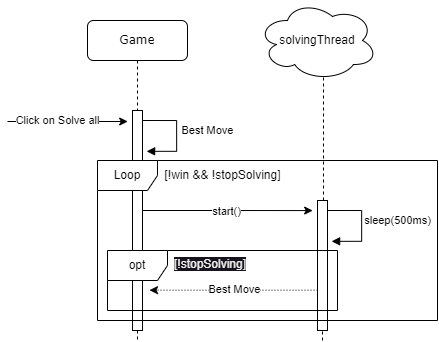
Above: img/Sequence_Diagrams/SD-solve_all-light_theme.png in nickramos94/Klotski (draw.io), before the change. Source tidied: cells renumbered, new cells last; positions are measured from the earlier drawing's top-left corner, leaving out a move shared by most shapes.
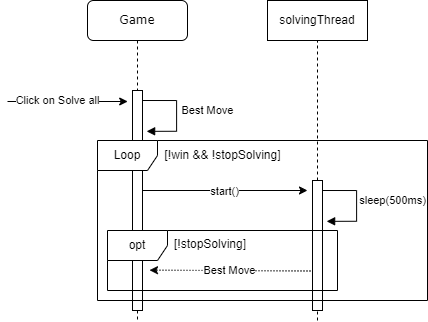
After the commit.

Commit message:
added internal SD of check_win and solve

The edit, as a diff of the source:
```diff
@@ -37,10 +37,10 @@
         <mxPoint x="30" y="-2" as="offset" />
       </mxGeometry>
     </mxCell>
-    <mxCell id="9" style="edgeStyle=elbowEdgeStyle;rounded=0;orthogonalLoop=1;jettySize=auto;html=1;elbow=horizontal;curved=0;fontSize=13;labelBackgroundColor=default;entryX=-0.483;entryY=0.056;entryDx=0;entryDy=0;entryPerimeter=0;" parent="1" edge="1">
+    <mxCell id="9" style="edgeStyle=elbowEdgeStyle;rounded=0;orthogonalLoop=1;jettySize=auto;html=1;elbow=horizontal;curved=0;fontSize=13;labelBackgroundColor=default;" parent="1" edge="1">
       <mxGeometry relative="1" as="geometry">
         <mxPoint x="135" y="210" as="sourcePoint" />
-        <mxPoint x="305.2" y="210.1" as="targetPoint" />
+        <mxPoint x="300" y="210" as="targetPoint" />
       </mxGeometry>
     </mxCell>
     <mxCell id="10" value="&lt;font style=&quot;font-size: 11px;&quot;&gt;start()&lt;/font&gt;" style="edgeLabel;html=1;align=center;verticalAlign=middle;fontSize=13;labelBackgroundColor=default;" parent="9" vertex="1">
@@ -48,28 +48,27 @@
         <mxPoint x="-18" as="offset" />
       </mxGeometry>
     </mxCell>
-    <mxCell id="11" value="solvingThread" style="ellipse;shape=cloud;whiteSpace=wrap;html=1;" parent="1" vertex="1">
-      <mxGeometry x="250" width="120" height="80" as="geometry" />
-    </mxCell>
-    <mxCell id="12" style="endArrow=none;dashed=1;html=1;rounded=0;entryX=0.55;entryY=0.95;entryDx=0;entryDy=0;entryPerimeter=0;" parent="1" edge="1" source="14" target="11">
-      <mxGeometry relative="1" as="geometry" />
+    <mxCell id="12" style="endArrow=none;dashed=1;html=1;rounded=0;entryX=0.5;entryY=1;entryDx=0;entryDy=0;" parent="1" edge="1" target="11">
+      <mxGeometry relative="1" as="geometry">
+        <mxPoint x="310" y="200" as="sourcePoint" />
+      </mxGeometry>
     </mxCell>
     <mxCell id="13" style="endArrow=none;dashed=1;html=1;rounded=0;" parent="1" edge="1">
       <mxGeometry relative="1" as="geometry">
-        <mxPoint x="315" y="340" as="sourcePoint" />
-        <mxPoint x="315" y="320" as="targetPoint" />
+        <mxPoint x="310" y="340" as="sourcePoint" />
+        <mxPoint x="310" y="320" as="targetPoint" />
       </mxGeometry>
     </mxCell>
     <mxCell id="14" style="html=1;points=[];perimeter=orthogonalPerimeter;rounded=0;shadow=0;comic=0;labelBackgroundColor=default;strokeWidth=1;fontFamily=Verdana;fontSize=12;align=center;" parent="1" vertex="1">
-      <mxGeometry x="310" y="200" width="10" height="130" as="geometry" />
+      <mxGeometry x="305" y="200" width="10" height="130" as="geometry" />
     </mxCell>
     <mxCell id="15" value="&amp;nbsp;" style="html=1;align=left;spacingLeft=2;endArrow=block;rounded=0;edgeStyle=orthogonalEdgeStyle;curved=0;rounded=0;exitX=1.086;exitY=0.493;exitDx=0;exitDy=0;exitPerimeter=0;labelBackgroundColor=default;" parent="1" edge="1">
       <mxGeometry x="-0.01" relative="1" as="geometry">
-        <mxPoint x="320" y="210" as="sourcePoint" />
-        <mxPoint x="324.1" y="240.8" as="targetPoint" />
+        <mxPoint x="315" y="210" as="sourcePoint" />
+        <mxPoint x="319.1" y="240.8" as="targetPoint" />
         <Array as="points">
-          <mxPoint x="354.1" y="209.8" />
-          <mxPoint x="354.1" y="240.8" />
+          <mxPoint x="349.1" y="209.8" />
+          <mxPoint x="349.1" y="240.8" />
         </Array>
       </mxGeometry>
     </mxCell>
@@ -81,12 +80,11 @@
     <mxCell id="17" value="opt" style="shape=umlFrame;whiteSpace=wrap;html=1;labelBackgroundColor=default;" parent="1" vertex="1">
       <mxGeometry x="100" y="250" width="230" height="60" as="geometry" />
     </mxCell>
-    <mxCell id="18" value="&lt;span style=&quot;color: rgb(240, 240, 240); font-family: Helvetica; font-size: 12px; font-style: normal; font-variant-ligatures: normal; font-variant-caps: normal; font-weight: 400; letter-spacing: normal; orphans: 2; text-align: center; text-indent: 0px; text-transform: none; widows: 2; word-spacing: 0px; -webkit-text-stroke-width: 0px; background-color: rgb(24, 20, 29); text-decoration-thickness: initial; text-decoration-style: initial; text-decoration-color: initial; float: none; display: inline !important;&quot;&gt;[!stopSolving]&lt;/span&gt;" style="text;whiteSpace=wrap;html=1;" parent="1" vertex="1">
+    <mxCell id="18" value="&lt;span style=&quot;font-family: Helvetica; font-size: 12px; font-style: normal; font-variant-ligatures: normal; font-variant-caps: normal; font-weight: 400; letter-spacing: normal; orphans: 2; text-align: center; text-indent: 0px; text-transform: none; widows: 2; word-spacing: 0px; -webkit-text-stroke-width: 0px; text-decoration-thickness: initial; text-decoration-style: initial; text-decoration-color: initial; float: none; display: inline !important;&quot;&gt;&lt;font color=&quot;#000000&quot;&gt;[!stopSolving]&lt;/font&gt;&lt;/span&gt;" style="text;whiteSpace=wrap;html=1;labelBackgroundColor=#FFFFFF;" parent="1" vertex="1">
       <mxGeometry x="165" y="250" width="80" height="30" as="geometry" />
     </mxCell>
-    <mxCell id="19" value="c" style="endArrow=classic;html=1;rounded=0;dashed=1;dashPattern=1 2;exitX=-0.229;exitY=0.791;exitDx=0;exitDy=0;exitPerimeter=0;labelBackgroundColor=default;" parent="1" edge="1">
+    <mxCell id="19" value="c" style="endArrow=classic;html=1;rounded=0;dashed=1;dashPattern=1 2;labelBackgroundColor=default;exitX=-0.2;exitY=0.696;exitDx=0;exitDy=0;exitPerimeter=0;" parent="1" edge="1" source="14">
       <mxGeometry relative="1" as="geometry">
-        <mxPoint x="310" y="289.7" as="sourcePoint" />
         <mxPoint x="142" y="289.7" as="targetPoint" />
       </mxGeometry>
     </mxCell>
@@ -96,7 +94,10 @@
       </mxGeometry>
     </mxCell>
     <mxCell id="21" value="Loop" style="shape=umlFrame;whiteSpace=wrap;html=1;labelBackgroundColor=default;" parent="1" vertex="1">
-      <mxGeometry x="90" y="160" width="340" height="160" as="geometry" />
+      <mxGeometry x="90" y="160" width="330" height="160" as="geometry" />
     </mxCell>
+    <mxCell id="11" value="solvingThread" style="html=1;whiteSpace=wrap;" parent="1" vertex="1">
+      <mxGeometry x="260" y="20" width="100" height="40" as="geometry" />
+    </mxCell>
   </root>
 </mxGraphModel>
```
